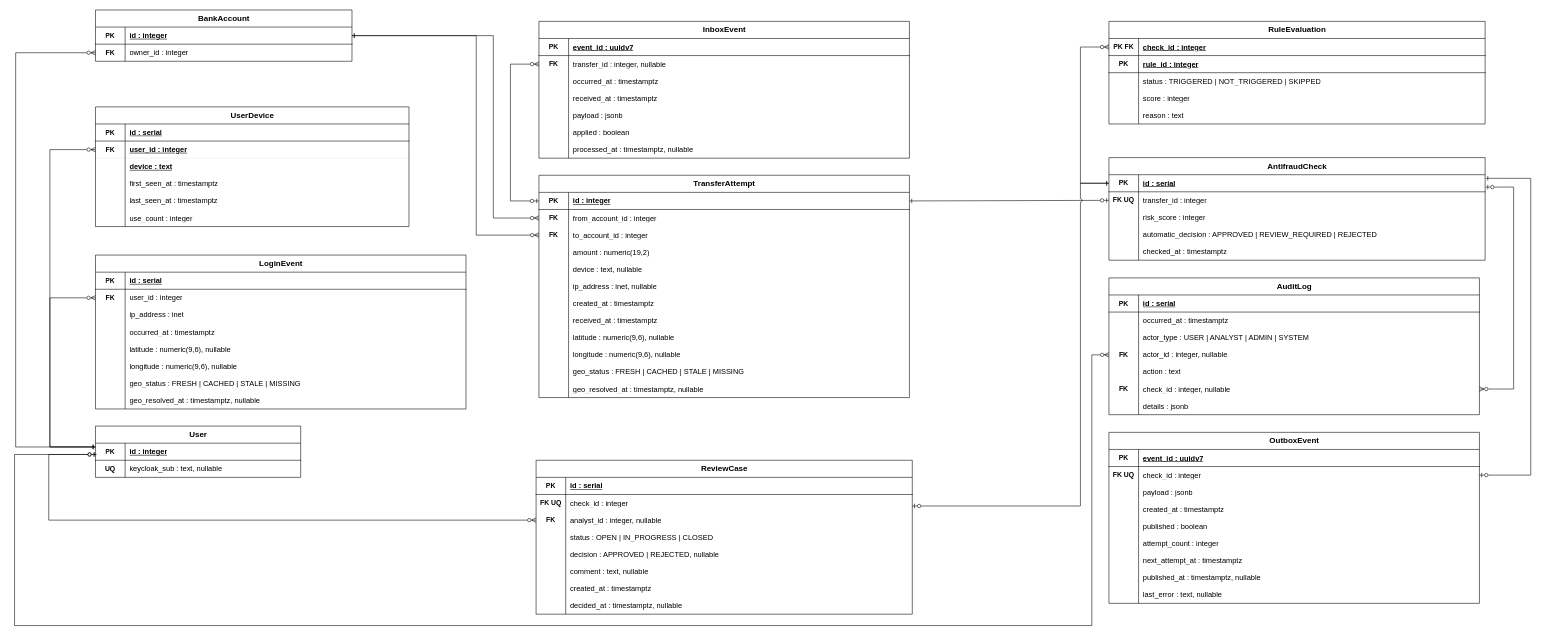
The draw.io diagram page "Antifraud" (1 of 3) of backend/docs/data-models/source/datalogic.drawio in georgeboiko/e-bank, before the edit. Source tidied: cells renumbered, new cells numbered last; positions are measured from the earlier drawing's top-left corner, leaving out a move shared by most shapes. Both pictures are drawn from the tidied source at 57%, with x=0, y=0 at pixel (14, 10).
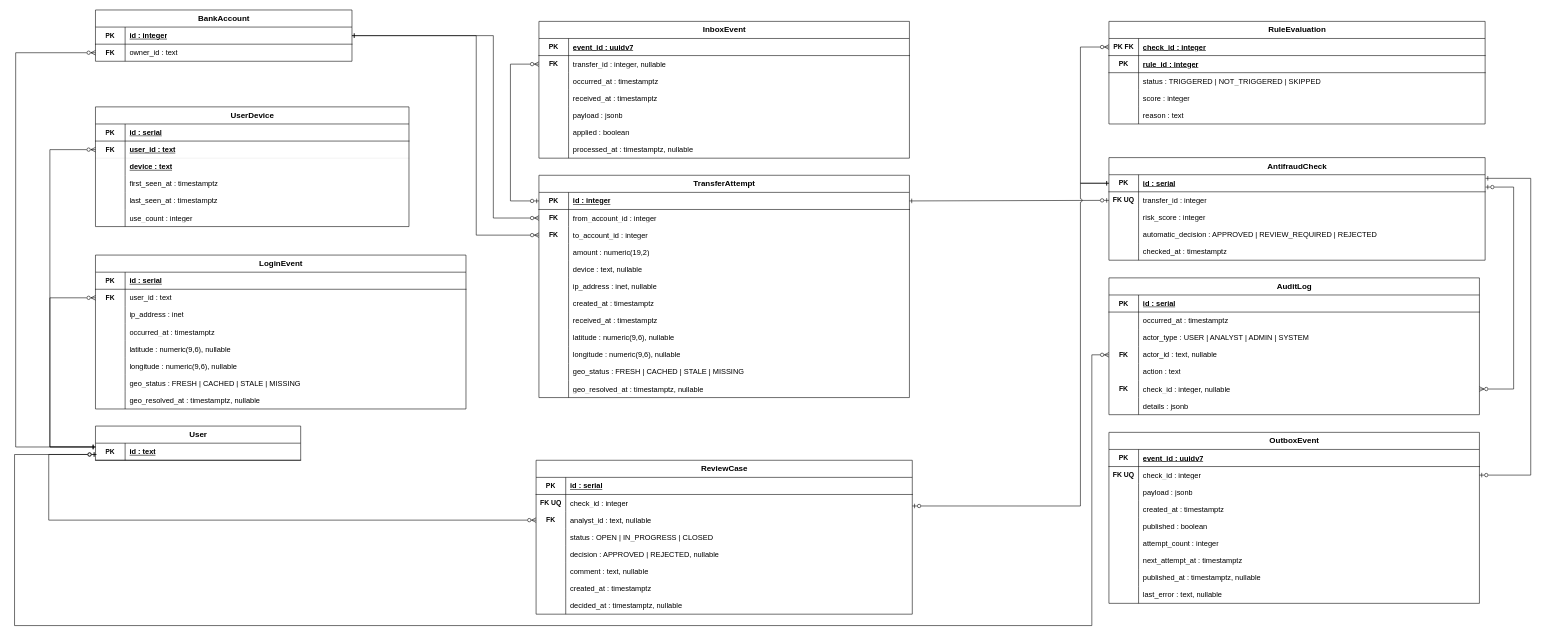
Above is the later version.

Unchanged cells that the change refers to:
```xml
<mxCell id="3" style="shape=tableRow;horizontal=0;startSize=0;swimlaneHead=0;swimlaneBody=0;fillColor=none;points=[[0,0.5],[1,0.5]];portConstraint=eastwest;top=0;left=0;right=0;bottom=1;" parent="2" vertex="1">
  <mxGeometry y="30" width="360" height="30" as="geometry" />
</mxCell>
<mxCell id="13" style="shape=tableRow;horizontal=0;startSize=0;swimlaneHead=0;swimlaneBody=0;fillColor=none;points=[[0,0.5],[1,0.5]];portConstraint=eastwest;top=0;left=0;right=0;bottom=0;" parent="9" vertex="1">
  <mxGeometry y="60" width="450" height="30" as="geometry" />
</mxCell>
<mxCell id="20" style="shape=tableRow;horizontal=0;startSize=0;swimlaneHead=0;swimlaneBody=0;fillColor=none;points=[[0,0.5],[1,0.5]];portConstraint=eastwest;top=0;left=0;right=0;bottom=1;strokeWidth=0;" parent="16" vertex="1">
  <mxGeometry y="60" width="550" height="30" as="geometry" />
</mxCell>
<mxCell id="39" style="shape=tableRow;horizontal=0;startSize=0;swimlaneHead=0;swimlaneBody=0;fillColor=none;points=[[0,0.5],[1,0.5]];portConstraint=eastwest;top=0;left=0;right=0;bottom=0;" parent="35" vertex="1">
  <mxGeometry y="60" width="650" height="30" as="geometry" />
</mxCell>
<mxCell id="136" style="shape=tableRow;horizontal=0;startSize=0;swimlaneHead=0;swimlaneBody=0;fillColor=none;top=0;left=0;right=0;bottom=0;" parent="129" vertex="1">
  <mxGeometry y="90" width="660" height="30" as="geometry" />
</mxCell>
<mxCell id="214" style="shape=tableRow;horizontal=0;startSize=0;swimlaneHead=0;swimlaneBody=0;fillColor=none;points=[[0,0.5],[1,0.5]];portConstraint=eastwest;top=0;left=0;right=0;bottom=0;" parent="204" vertex="1">
  <mxGeometry y="120" width="650" height="30" as="geometry" />
</mxCell>
```

Change to the diagram source:
```diff
@@
     <mxCell id="2" value="User" style="shape=table;startSize=30;childLayout=tableLayout;rowLines=0;fontStyle=1;align=center;html=1;fillColor=#FFFFFF;strokeColor=#000000;fontColor=#000000;fontSize=14;" parent="1" vertex="1">
-      <mxGeometry x="142" y="730" width="360" height="90" as="geometry" />
+      <mxGeometry x="142" y="730" width="360" height="60" as="geometry" />
     </mxCell>
@@
-    <mxCell id="5" value="id : integer" style="shape=partialRectangle;fillColor=none;top=0;left=0;bottom=0;right=0;align=left;spacingLeft=6;fontStyle=5;overflow=hidden;whiteSpace=wrap;html=1;fontSize=13;" parent="3" vertex="1">
+    <mxCell id="5" value="id :&amp;nbsp;text" style="shape=partialRectangle;fillColor=none;top=0;left=0;bottom=0;right=0;align=left;spacingLeft=6;fontStyle=5;overflow=hidden;whiteSpace=wrap;html=1;fontSize=13;" parent="3" vertex="1">
       <mxGeometry x="52" width="308" height="30" as="geometry" />
     </mxCell>
-    <mxCell id="6" style="shape=tableRow;horizontal=0;startSize=0;swimlaneHead=0;swimlaneBody=0;fillColor=none;top=0;left=0;right=0;bottom=0;" parent="2" vertex="1">
-      <mxGeometry y="60" width="360" height="30" as="geometry" />
-    </mxCell>
-    <mxCell id="7" value="UQ" style="shape=partialRectangle;fillColor=none;top=0;left=0;bottom=0;right=0;fontStyle=1;overflow=hidden;whiteSpace=wrap;html=1;fontSize=12;" parent="6" vertex="1">
-      <mxGeometry width="52" height="30" as="geometry" />
-    </mxCell>
-    <mxCell id="8" value="keycloak_sub : text, nullable" style="shape=partialRectangle;fillColor=none;top=0;left=0;bottom=0;right=0;align=left;spacingLeft=6;fontStyle=0;overflow=hidden;whiteSpace=wrap;html=1;fontSize=13;" parent="6" vertex="1">
-      <mxGeometry x="52" width="308" height="30" as="geometry" />
-    </mxCell>
@@
-    <mxCell id="15" value="owner_id : integer" style="shape=partialRectangle;fillColor=none;top=0;left=0;bottom=0;right=0;align=left;spacingLeft=6;fontStyle=0;overflow=hidden;whiteSpace=wrap;html=1;fontSize=13;" parent="13" vertex="1">
+    <mxCell id="15" value="owner_id : text" style="shape=partialRectangle;fillColor=none;top=0;left=0;bottom=0;right=0;align=left;spacingLeft=6;fontStyle=0;overflow=hidden;whiteSpace=wrap;html=1;fontSize=13;" parent="13" vertex="1">
       <mxGeometry x="52" width="398" height="30" as="geometry" />
     </mxCell>
@@
-    <mxCell id="22" value="user_id : integer" style="shape=partialRectangle;fillColor=none;top=0;left=0;bottom=0;right=0;align=left;spacingLeft=6;fontStyle=5;overflow=hidden;whiteSpace=wrap;html=1;fontSize=13;" parent="20" vertex="1">
+    <mxCell id="22" value="user_id : text" style="shape=partialRectangle;fillColor=none;top=0;left=0;bottom=0;right=0;align=left;spacingLeft=6;fontStyle=5;overflow=hidden;whiteSpace=wrap;html=1;fontSize=13;" parent="20" vertex="1">
       <mxGeometry x="52" width="498" height="30" as="geometry" />
     </mxCell>
@@
-    <mxCell id="41" value="user_id : integer" style="shape=partialRectangle;fillColor=none;top=0;left=0;bottom=0;right=0;align=left;spacingLeft=6;fontStyle=0;overflow=hidden;whiteSpace=wrap;html=1;fontSize=13;" parent="39" vertex="1">
+    <mxCell id="41" value="user_id : text" style="shape=partialRectangle;fillColor=none;top=0;left=0;bottom=0;right=0;align=left;spacingLeft=6;fontStyle=0;overflow=hidden;whiteSpace=wrap;html=1;fontSize=13;" parent="39" vertex="1">
       <mxGeometry x="52" width="598" height="30" as="geometry" />
     </mxCell>
@@
-    <mxCell id="138" value="analyst_id : integer, nullable" style="shape=partialRectangle;fillColor=none;top=0;left=0;bottom=0;right=0;align=left;spacingLeft=6;fontStyle=0;overflow=hidden;whiteSpace=wrap;html=1;fontSize=13;" parent="136" vertex="1">
+    <mxCell id="138" value="analyst_id : text, nullable" style="shape=partialRectangle;fillColor=none;top=0;left=0;bottom=0;right=0;align=left;spacingLeft=6;fontStyle=0;overflow=hidden;whiteSpace=wrap;html=1;fontSize=13;" parent="136" vertex="1">
       <mxGeometry x="52" width="608" height="30" as="geometry" />
     </mxCell>
@@
-    <mxCell id="216" value="actor_id : integer, nullable" style="shape=partialRectangle;fillColor=none;top=0;left=0;bottom=0;right=0;align=left;spacingLeft=6;fontStyle=0;overflow=hidden;whiteSpace=wrap;html=1;fontSize=13;" parent="214" vertex="1">
+    <mxCell id="216" value="actor_id : text, nullable" style="shape=partialRectangle;fillColor=none;top=0;left=0;bottom=0;right=0;align=left;spacingLeft=6;fontStyle=0;overflow=hidden;whiteSpace=wrap;html=1;fontSize=13;" parent="214" vertex="1">
       <mxGeometry x="52" width="598" height="30" as="geometry" />
     </mxCell>
```
